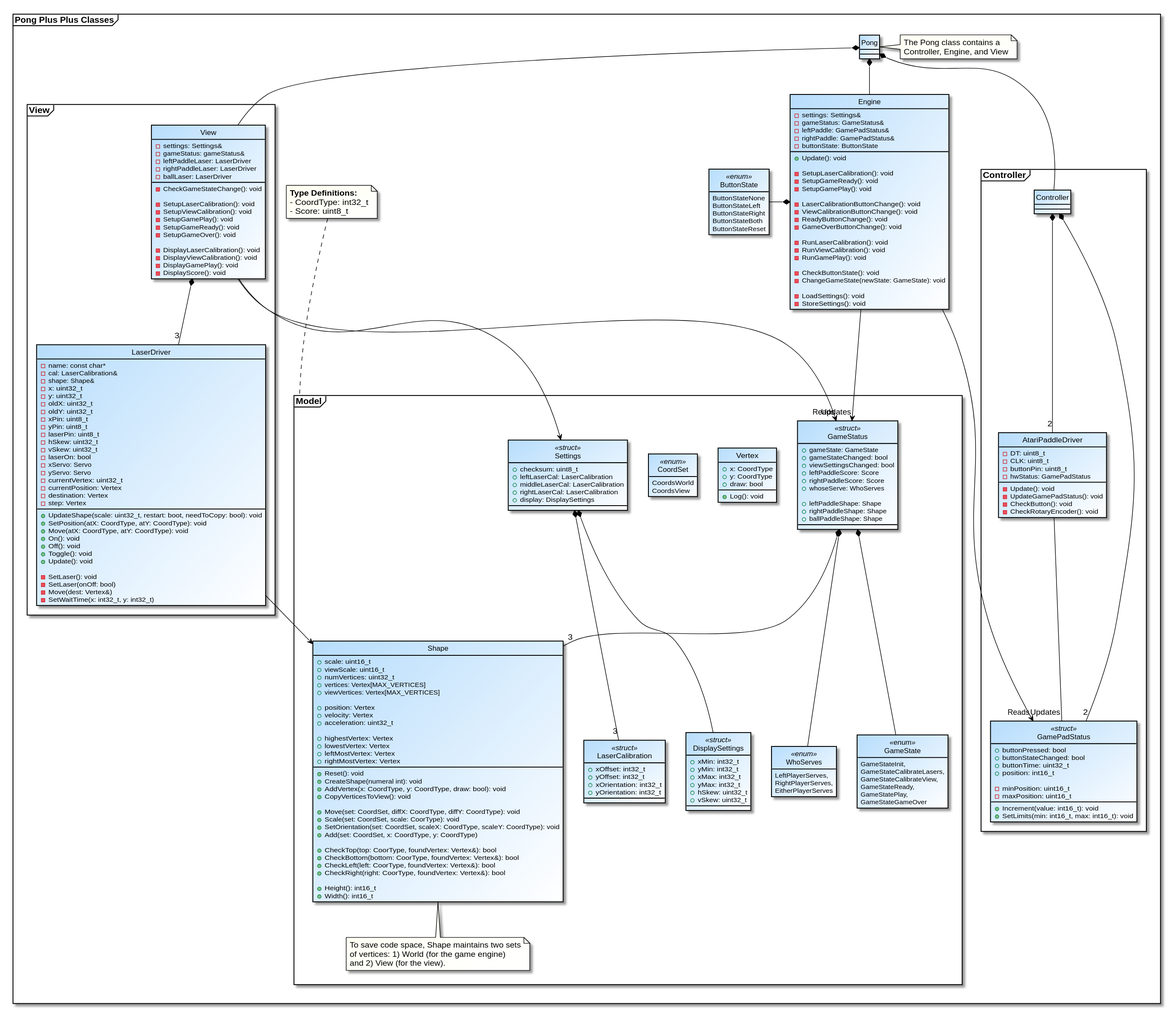
VectorSpaceHQ/pong keeps this PlantUML diagram as uml/PongPlusPlus Class Diagram.svg. Above is the earlier version.
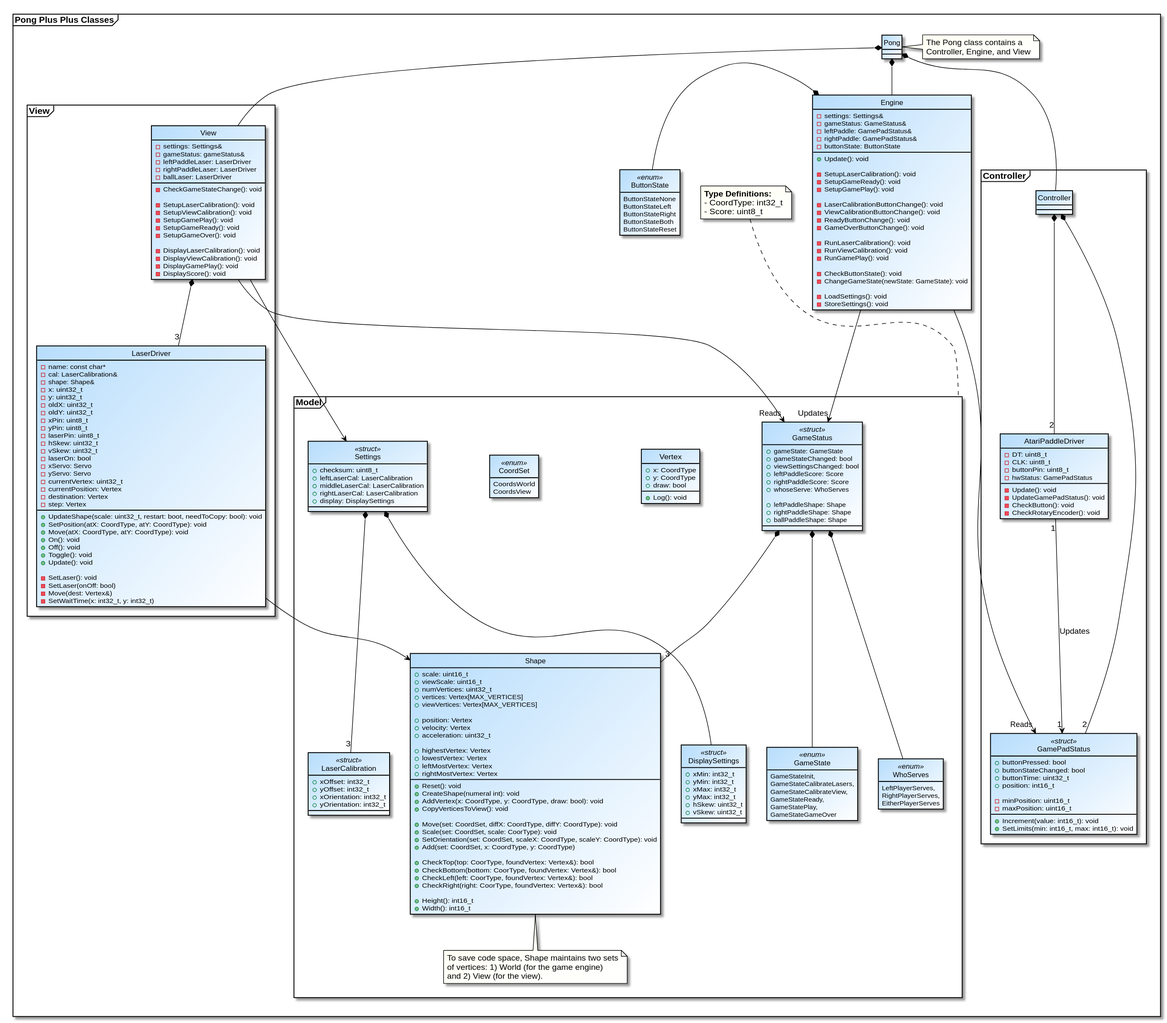
Above is the later version.

Commit message:
Add multiplicity to AtariPaddleDriver --> GamePadStatus.

Change to the diagram source:
```diff
@@ -273,7 +273,7 @@
 Pong *-- Controller
 Controller *-- "2" AtariPaddleDriver
 Controller *-- "2" GamePadStatus
-AtariPaddleDriver -- "Updates" GamePadStatus
+AtariPaddleDriver "1" --> "1" GamePadStatus: Updates
 Engine -down-> "Reads" GamePadStatus
 Engine -down-> "Updates" GameStatus
 Engine *-left- ButtonState
```
